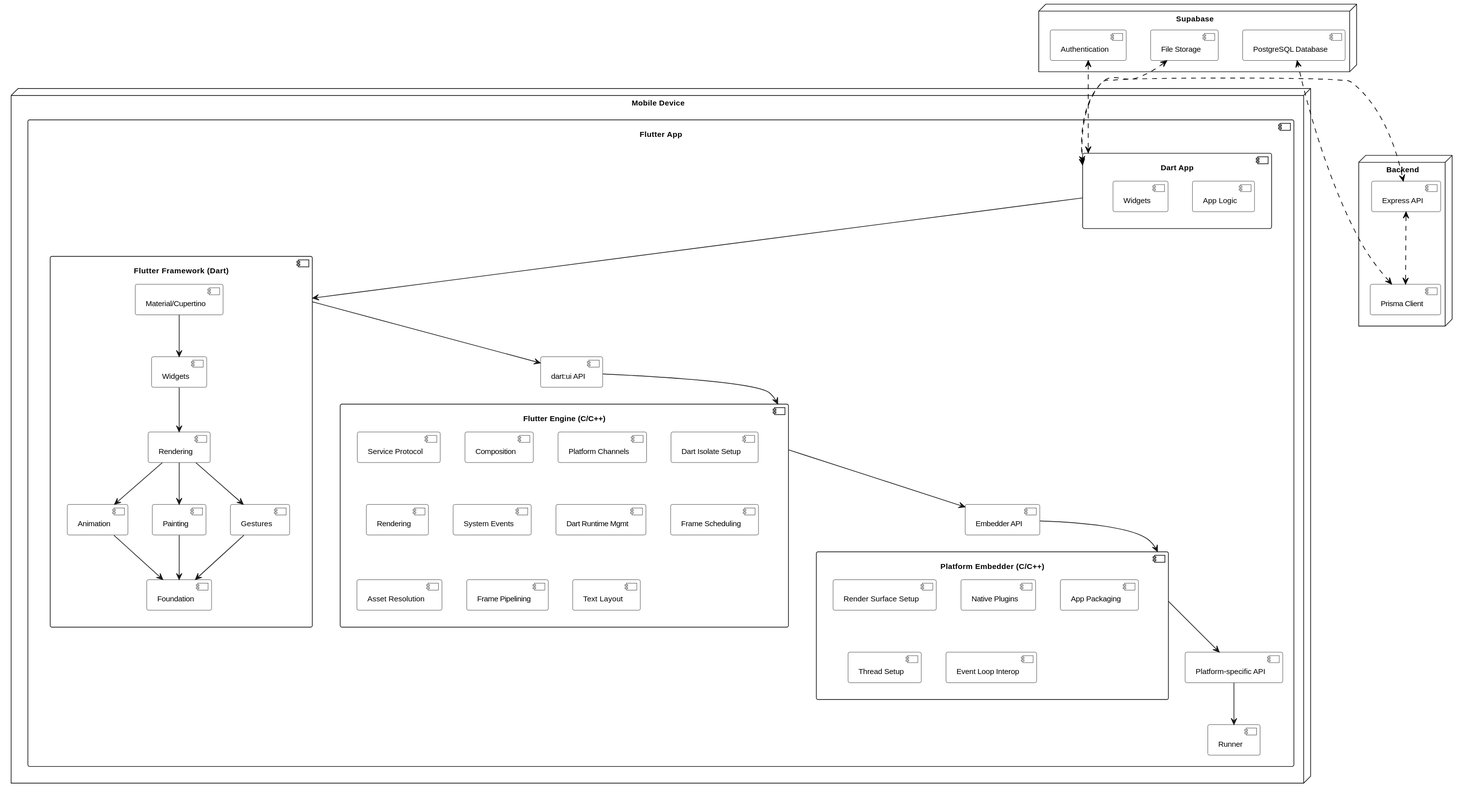
Above: Diseño/Flutter/diagramas/architecture_design.svg in valeraruggierotesisucv/tesis-frameworks-mobile-diagrams (PlantUML), before the change. The source it was exported from:
```plantuml
@startuml
skinparam ComponentBackgroundColor white
skinparam defaultTextAlignment center
skinparam defaultFontSize 11

node "Mobile Device" as mobileDevice {
    component "Flutter App" as flutterApp {
        component "Dart App" as dartApp {
            component "App Logic" as appLogic
            component "Widgets" as widgets
        }

        component "Flutter Framework (Dart)" as framework {
            component "Material/Cupertino" as materialCupertino
            component "Widgets" as widgetsLayer
            component "Rendering" as renderingLayer
            component "Animation" as animation
            component "Painting" as painting
            component "Gestures" as gestures
            component "Foundation" as foundation
        }

        component "dart:ui API" as dartUI {

        }

        component "Flutter Engine (C/C++)" as engine {
            component "Service Protocol" as serviceProtocol
            component "Composition" as composition
            component "Platform Channels" as platformChannels
            component "Dart Isolate Setup" as dartIsolateSetup
            component "Rendering" as rendering
            component "System Events" as systemEvents
            component "Dart Runtime Mgmt" as dartRuntimeMgmt
            component "Frame Scheduling" as frameScheduling
            component "Asset Resolution" as assetResolution
            component "Frame Pipelining" as framePipelining
            component "Text Layout" as textLayout
        }

        component "Embedder API" as embedderAPI {

        }

        component "Platform Embedder (C/C++)" as embedder {
            component "Render Surface Setup" as renderSurfaceSetup
            component "Native Plugins" as nativePlugins
            component "App Packaging" as appPackaging
            component "Thread Setup" as threadSetup
            component "Event Loop Interop" as eventLoopInterop
        }

        component "Platform-specific API" as platformAPI {

        }
        component "Runner" as runner {

        }
    }
}

node "Backend" as backend {
    component "Express API" as expressAPI
    component "Prisma Client" as prismaClient
}

node "Supabase" as supabase {
    component "Authentication" as auth
    component "File Storage" as fileStorage
    component "PostgreSQL Database" as postgresDB
}

dartApp --> framework
framework --> dartUI
dartUI --> engine
engine --> embedderAPI
embedderAPI --> embedder
embedder --> platformAPI
platformAPI --> runner
materialCupertino --> widgetsLayer
widgetsLayer --> renderingLayer
renderingLayer --> gestures
renderingLayer --> painting
renderingLayer --> animation
animation --> foundation
painting --> foundation
gestures --> foundation



dartApp <.[#000000]u.> auth
dartApp <.[#000000]u.> fileStorage
dartApp <.[#000000]r.> expressAPI

expressAPI <.[#000000].> prismaClient
prismaClient <.[#000000].> postgresDB
@enduml
```
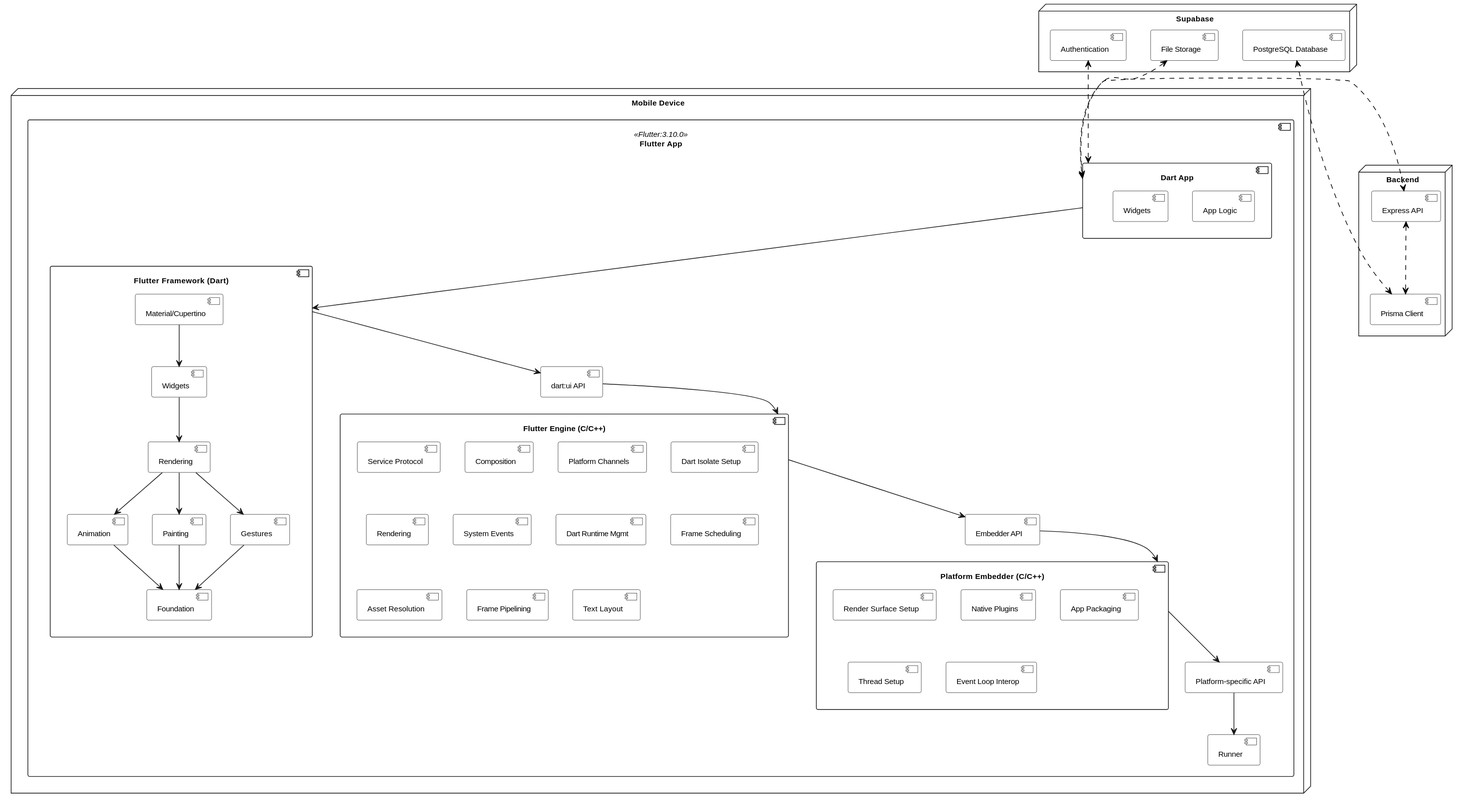
After the commit.

What changed in the source:
```diff
@@ -4,7 +4,7 @@
 skinparam defaultFontSize 11
 
 node "Mobile Device" as mobileDevice {
-    component "Flutter App" as flutterApp {
+    component "Flutter App" as flutterApp <<Flutter:3.10.0>> {
         component "Dart App" as dartApp {
             component "App Logic" as appLogic
             component "Widgets" as widgets
```
